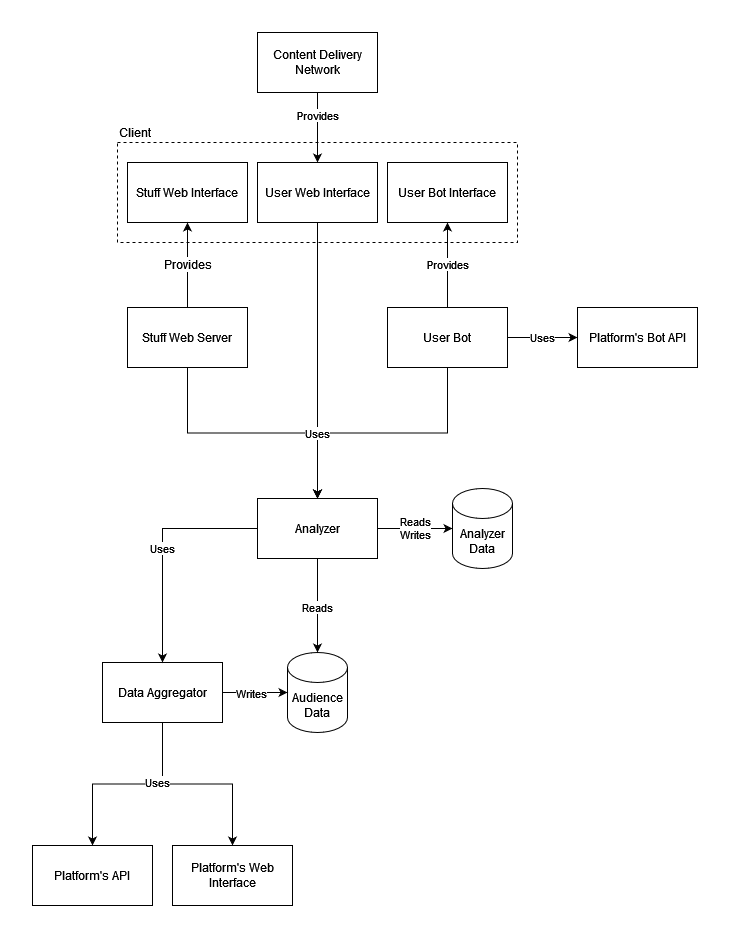
Earlier version of the draw.io export assets/system-design.drawio.png (xaudience/.github). Source tidied: cells renumbered, new cells last; positions are measured from the earlier drawing's top-left corner, leaving out a move shared by most shapes.
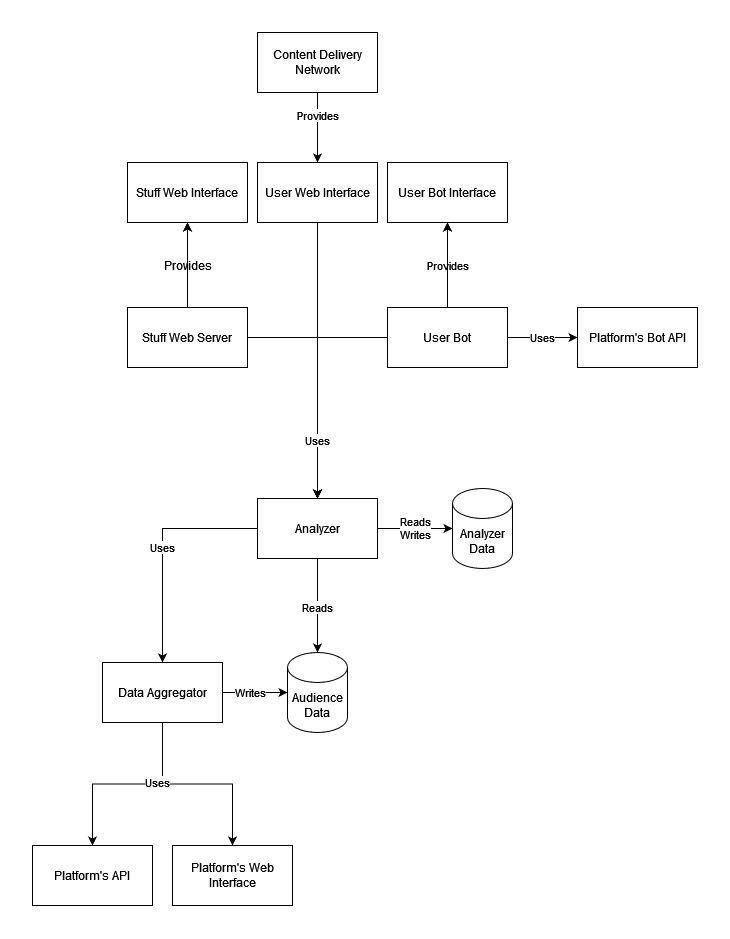
After the commit.

Commit message:
Remove client-side outline

What changed in the source:
```diff
@@ -2,16 +2,16 @@
   <root>
     <mxCell id="0" />
     <mxCell id="1" parent="0" />
-    <mxCell id="2" value="&lt;div&gt;Reads&lt;/div&gt;&lt;div&gt;Writes&lt;br&gt;&lt;/div&gt;" style="edgeStyle=orthogonalEdgeStyle;rounded=0;jettySize=auto;html=1;entryX=0;entryY=0.5;entryDx=0;entryDy=0;entryPerimeter=0;exitX=1;exitY=0.5;exitDx=0;exitDy=0;" parent="1" edge="1" source="30" target="12">
+    <mxCell id="2" value="&lt;div&gt;Reads&lt;/div&gt;&lt;div&gt;Writes&lt;br&gt;&lt;/div&gt;" style="edgeStyle=orthogonalEdgeStyle;rounded=0;jettySize=auto;html=1;" parent="1" edge="1" source="30" target="12">
       <mxGeometry relative="1" as="geometry" />
     </mxCell>
-    <mxCell id="3" style="edgeStyle=orthogonalEdgeStyle;rounded=0;jettySize=auto;html=1;entryX=0.5;entryY=0;entryDx=0;entryDy=0;startArrow=none;" parent="1" edge="1" source="8" target="4">
+    <mxCell id="3" style="edgeStyle=orthogonalEdgeStyle;rounded=0;jettySize=auto;html=1;startArrow=none;" parent="1" edge="1" source="8" target="4">
       <mxGeometry relative="1" as="geometry" />
     </mxCell>
     <mxCell id="4" value="Platform's API" style="rounded=0;whiteSpace=wrap;html=1;" parent="1" vertex="1">
       <mxGeometry y="813" width="120" height="60" as="geometry" />
     </mxCell>
-    <mxCell id="5" style="edgeStyle=orthogonalEdgeStyle;rounded=0;jettySize=auto;html=1;entryX=0.5;entryY=0;entryDx=0;entryDy=0;exitX=0.5;exitY=1;exitDx=0;exitDy=0;" parent="1" edge="1" source="8" target="11">
+    <mxCell id="5" style="edgeStyle=orthogonalEdgeStyle;rounded=0;jettySize=auto;html=1;" parent="1" edge="1" source="8" target="11">
       <mxGeometry relative="1" as="geometry" />
     </mxCell>
     <mxCell id="6" value="Uses" style="edgeLabel;html=1;align=center;verticalAlign=middle;" parent="5" vertex="1">
@@ -25,7 +25,7 @@
     <mxCell id="8" value="Data Aggregator" style="rounded=0;whiteSpace=wrap;html=1;" parent="1" vertex="1">
       <mxGeometry x="70" y="630" width="120" height="60" as="geometry" />
     </mxCell>
-    <mxCell id="9" style="edgeStyle=orthogonalEdgeStyle;rounded=0;jettySize=auto;html=1;entryX=0;entryY=0.5;entryDx=0;entryDy=0;entryPerimeter=0;exitX=1;exitY=0.5;exitDx=0;exitDy=0;" parent="1" edge="1" source="8" target="7">
+    <mxCell id="9" style="edgeStyle=orthogonalEdgeStyle;rounded=0;jettySize=auto;html=1;" parent="1" edge="1" source="8" target="7">
       <mxGeometry relative="1" as="geometry" />
     </mxCell>
     <mxCell id="10" value="Writes" style="edgeLabel;html=1;align=center;verticalAlign=middle;" parent="9" vertex="1">
@@ -39,15 +39,18 @@
     <mxCell id="12" value="&lt;div&gt;Analyzer Data&lt;/div&gt;" style="shape=cylinder3;whiteSpace=wrap;html=1;boundedLbl=1;backgroundOutline=1;size=15;" parent="1" vertex="1">
       <mxGeometry x="420" y="456" width="60" height="80" as="geometry" />
     </mxCell>
-    <mxCell id="13" value="Uses" style="edgeStyle=orthogonalEdgeStyle;rounded=0;jettySize=auto;html=1;entryX=0;entryY=0.5;entryDx=0;entryDy=0;fontFamily=Helvetica;" parent="1" edge="1" source="16" target="18">
+    <mxCell id="13" value="Uses" style="edgeStyle=orthogonalEdgeStyle;rounded=0;jettySize=auto;html=1;fontFamily=Helvetica;" parent="1" edge="1" source="16" target="18">
       <mxGeometry relative="1" as="geometry" />
     </mxCell>
     <mxCell id="14" value="Provides" style="edgeStyle=orthogonalEdgeStyle;rounded=0;jettySize=auto;html=1;exitX=0.5;exitY=0;exitDx=0;exitDy=0;entryX=0.5;entryY=1;entryDx=0;entryDy=0;" parent="1" edge="1" source="16" target="23">
       <mxGeometry relative="1" as="geometry" />
     </mxCell>
-    <mxCell id="15" style="edgeStyle=orthogonalEdgeStyle;rounded=0;jettySize=auto;html=1;exitX=0.5;exitY=1;exitDx=0;exitDy=0;entryX=0.5;entryY=0;entryDx=0;entryDy=0;" parent="1" edge="1" source="16" target="30">
+    <mxCell id="15" style="edgeStyle=orthogonalEdgeStyle;rounded=0;jettySize=auto;html=1;entryX=0.5;entryY=0;entryDx=0;entryDy=0;" parent="1" edge="1" source="16" target="30">
       <mxGeometry relative="1" as="geometry" />
     </mxCell>
+    <mxCell id="31" style="edgeStyle=orthogonalEdgeStyle;rounded=0;jettySize=auto;html=1;" parent="1" edge="1" source="16" target="23">
+      <mxGeometry relative="1" as="geometry" />
+    </mxCell>
     <mxCell id="16" value="User Bot" style="rounded=0;whiteSpace=wrap;html=1;" parent="1" vertex="1">
       <mxGeometry x="355" y="275" width="120" height="60" as="geometry" />
     </mxCell>
@@ -57,13 +60,10 @@
     <mxCell id="18" value="Platform's Bot API" style="rounded=0;whiteSpace=wrap;html=1;" parent="1" vertex="1">
       <mxGeometry x="545" y="275" width="120" height="60" as="geometry" />
     </mxCell>
-    <mxCell id="19" value="Provides" style="edgeStyle=orthogonalEdgeStyle;rounded=0;jettySize=auto;html=1;entryX=0.5;entryY=0;entryDx=0;entryDy=0;exitX=0.5;exitY=1;exitDx=0;exitDy=0;" parent="1" edge="1" source="17" target="22">
+    <mxCell id="19" value="Provides" style="edgeStyle=orthogonalEdgeStyle;rounded=0;jettySize=auto;html=1;" parent="1" edge="1" source="17" target="22">
       <mxGeometry x="-0.35" relative="1" as="geometry" />
     </mxCell>
-    <mxCell id="20" value="Client" style="rounded=0;whiteSpace=wrap;html=1;fillColor=none;align=left;labelPosition=center;verticalLabelPosition=top;verticalAlign=bottom;dashed=1;" parent="1" vertex="1">
-      <mxGeometry x="85" y="110" width="400" height="100" as="geometry" />
-    </mxCell>
-    <mxCell id="21" style="edgeStyle=orthogonalEdgeStyle;rounded=0;jettySize=auto;html=1;exitX=0.5;exitY=1;exitDx=0;exitDy=0;entryX=0.5;entryY=0;entryDx=0;entryDy=0;" parent="1" edge="1" source="22" target="30">
+    <mxCell id="21" style="edgeStyle=orthogonalEdgeStyle;rounded=0;jettySize=auto;html=1;entryX=0.5;entryY=0;entryDx=0;entryDy=0;" parent="1" edge="1" source="22" target="30">
       <mxGeometry relative="1" as="geometry" />
     </mxCell>
     <mxCell id="22" value="User Web Interface" style="rounded=0;whiteSpace=wrap;html=1;" parent="1" vertex="1">
@@ -75,23 +75,29 @@
     <mxCell id="24" value="Stuff Web Interface" style="rounded=0;whiteSpace=wrap;html=1;" parent="1" vertex="1">
       <mxGeometry x="95" y="130" width="120" height="60" as="geometry" />
     </mxCell>
-    <mxCell id="25" value="Provides" style="edgeStyle=orthogonalEdgeStyle;rounded=0;jettySize=auto;html=1;exitX=0.5;exitY=0;exitDx=0;exitDy=0;entryX=0.5;entryY=1;entryDx=0;entryDy=0;fontFamily=Helvetica;fontSize=12;fontColor=default;" parent="1" edge="1" source="27" target="24">
+    <mxCell id="25" value="Provides" style="edgeStyle=orthogonalEdgeStyle;rounded=0;jettySize=auto;html=1;exitX=0.5;exitY=0;exitDx=0;exitDy=0;fontFamily=Helvetica;fontSize=12;fontColor=default;" parent="1" edge="1" source="27" target="24">
       <mxGeometry relative="1" as="geometry" />
     </mxCell>
-    <mxCell id="26" value="Uses" style="edgeStyle=orthogonalEdgeStyle;rounded=0;jettySize=auto;html=1;exitX=0.5;exitY=1;exitDx=0;exitDy=0;entryX=0.5;entryY=0;entryDx=0;entryDy=0;" parent="1" edge="1" source="27" target="30">
+    <mxCell id="26" value="Uses" style="edgeStyle=orthogonalEdgeStyle;rounded=0;jettySize=auto;html=1;" parent="1" edge="1" source="27" target="30">
       <mxGeometry x="0.5" relative="1" as="geometry" />
     </mxCell>
+    <mxCell id="32" style="edgeStyle=orthogonalEdgeStyle;rounded=0;jettySize=auto;html=1;" parent="1" edge="1" source="27" target="24">
+      <mxGeometry relative="1" as="geometry" />
+    </mxCell>
     <mxCell id="27" value="Stuff Web Server" style="rounded=0;whiteSpace=wrap;html=1;fontFamily=Helvetica;fontSize=12;fontColor=default;strokeColor=default;fillColor=default;" parent="1" vertex="1">
       <mxGeometry x="95" y="275" width="120" height="60" as="geometry" />
     </mxCell>
-    <mxCell id="28" value="Uses" style="edgeStyle=orthogonalEdgeStyle;rounded=0;jettySize=auto;html=1;exitX=0;exitY=0.5;exitDx=0;exitDy=0;entryX=0.5;entryY=0;entryDx=0;entryDy=0;" parent="1" edge="1" source="30" target="8">
+    <mxCell id="28" value="Uses" style="edgeStyle=orthogonalEdgeStyle;rounded=0;jettySize=auto;html=1;" parent="1" edge="1" source="30" target="8">
       <mxGeometry relative="1" as="geometry" />
     </mxCell>
-    <mxCell id="29" value="Reads" style="edgeStyle=orthogonalEdgeStyle;rounded=0;jettySize=auto;html=1;exitX=0.5;exitY=1;exitDx=0;exitDy=0;entryX=0.5;entryY=0;entryDx=0;entryDy=0;entryPerimeter=0;" parent="1" edge="1" source="30" target="7">
+    <mxCell id="29" value="Reads" style="edgeStyle=orthogonalEdgeStyle;rounded=0;jettySize=auto;html=1;exitX=0.5;exitY=1;exitDx=0;exitDy=0;" parent="1" edge="1" source="30" target="7">
       <mxGeometry x="0.05" relative="1" as="geometry" />
     </mxCell>
     <mxCell id="30" value="Analyzer" style="rounded=0;whiteSpace=wrap;html=1;" parent="1" vertex="1">
       <mxGeometry x="225" y="466" width="120" height="60" as="geometry" />
     </mxCell>
+    <mxCell id="33" style="edgeStyle=orthogonalEdgeStyle;rounded=0;orthogonalLoop=1;jettySize=auto;html=1;exitX=0.5;exitY=1;exitDx=0;exitDy=0;" parent="1" edge="1" source="23" target="23">
+      <mxGeometry relative="1" as="geometry" />
+    </mxCell>
   </root>
 </mxGraphModel>
```
